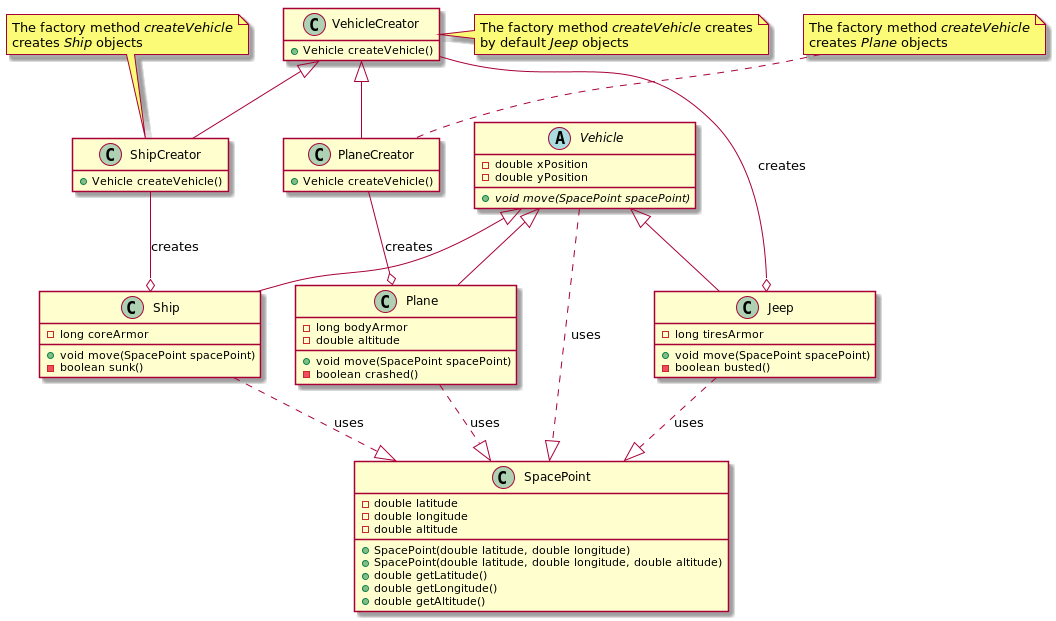
lealceldeiro/gems keeps this PlantUML diagram as DesignPatternsElementsOfReusableObjectOrientesSoftware/Chapter03/FactoryMethod/image/code_class_design.png. Above is the earlier version.
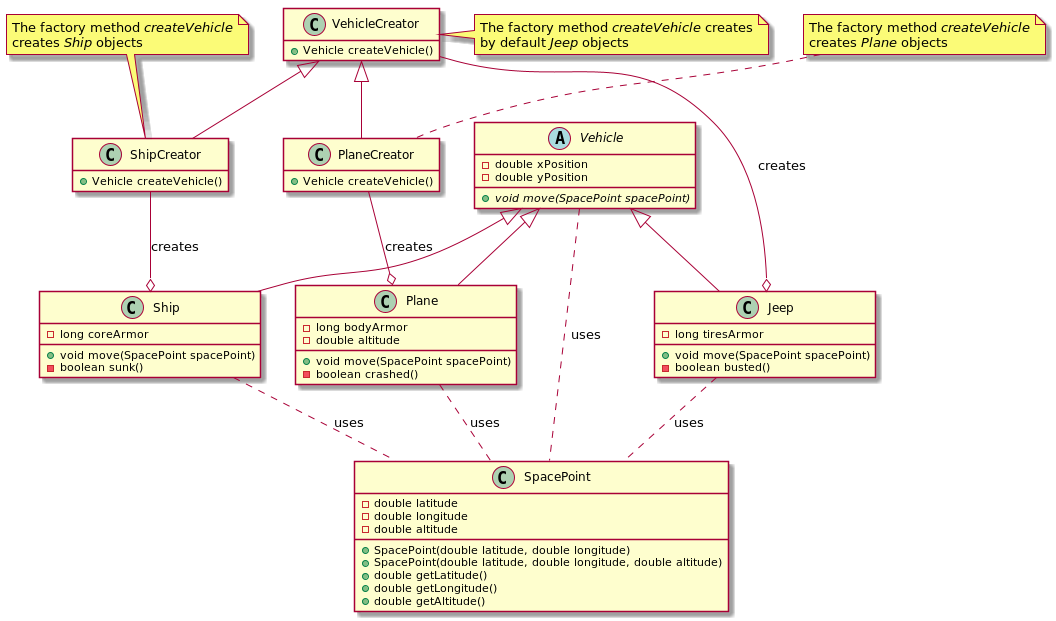
Later version of the same file.

Commit message:
Update class diagram to match UML notation

Diff of the diagram source:
```diff
@@ -17,7 +17,7 @@
 
     + {abstract} void move(SpacePoint spacePoint)
 }
-Vehicle ..|> SpacePoint : uses
+Vehicle .. SpacePoint : uses
 
 class Jeep extends Vehicle {
     - long tiresArmor
@@ -25,7 +25,7 @@
     + void move(SpacePoint spacePoint)
     - boolean busted()
 }
-Jeep ..|> SpacePoint : uses
+Jeep .. SpacePoint : uses
 
 class Plane extends Vehicle {
     - long bodyArmor
@@ -34,7 +34,7 @@
     + void move(SpacePoint spacePoint)
     - boolean crashed()
 }
-Plane ..|> SpacePoint : uses
+Plane .. SpacePoint : uses
 
 class Ship extends Vehicle {
     - long coreArmor
@@ -42,7 +42,7 @@
     + void move(SpacePoint spacePoint)
     - boolean sunk()
 }
-Ship ..|> SpacePoint : uses
+Ship .. SpacePoint : uses
 
 class VehicleCreator {
     + Vehicle createVehicle()
```
